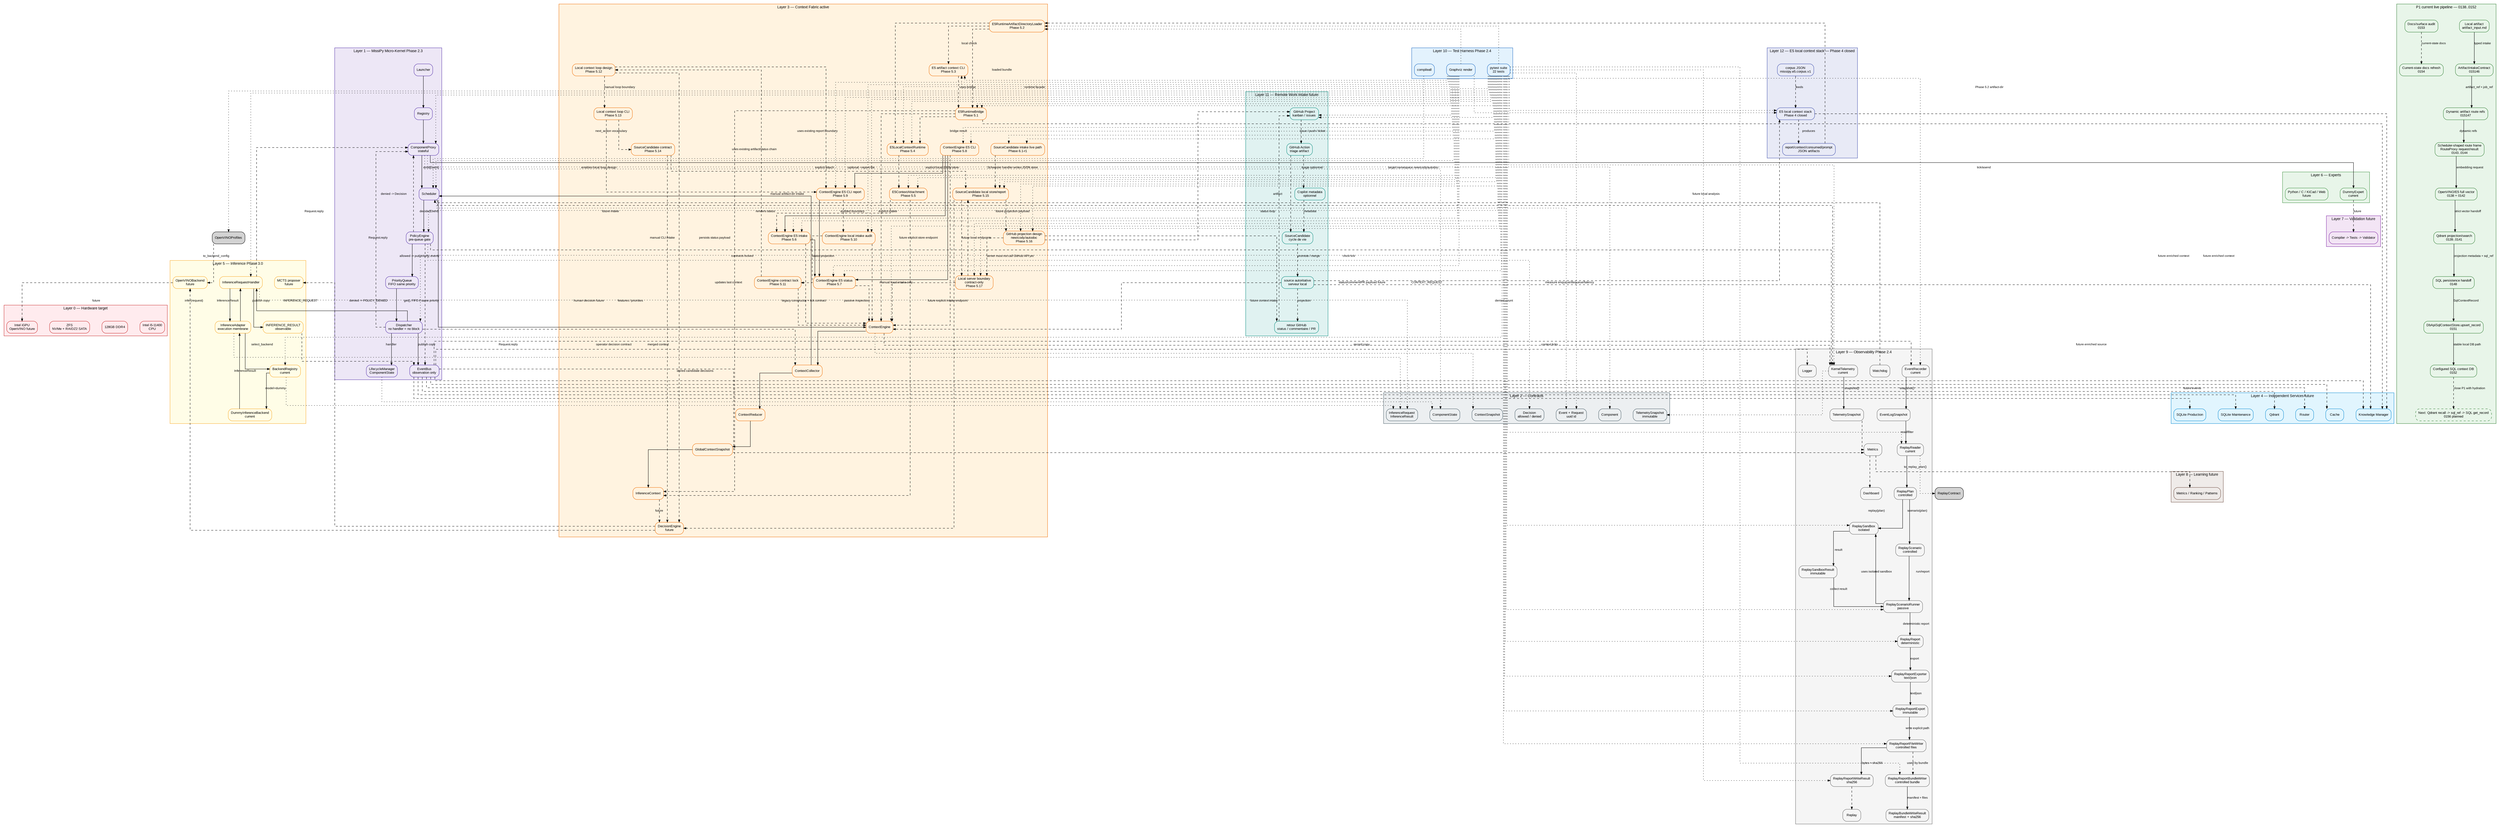
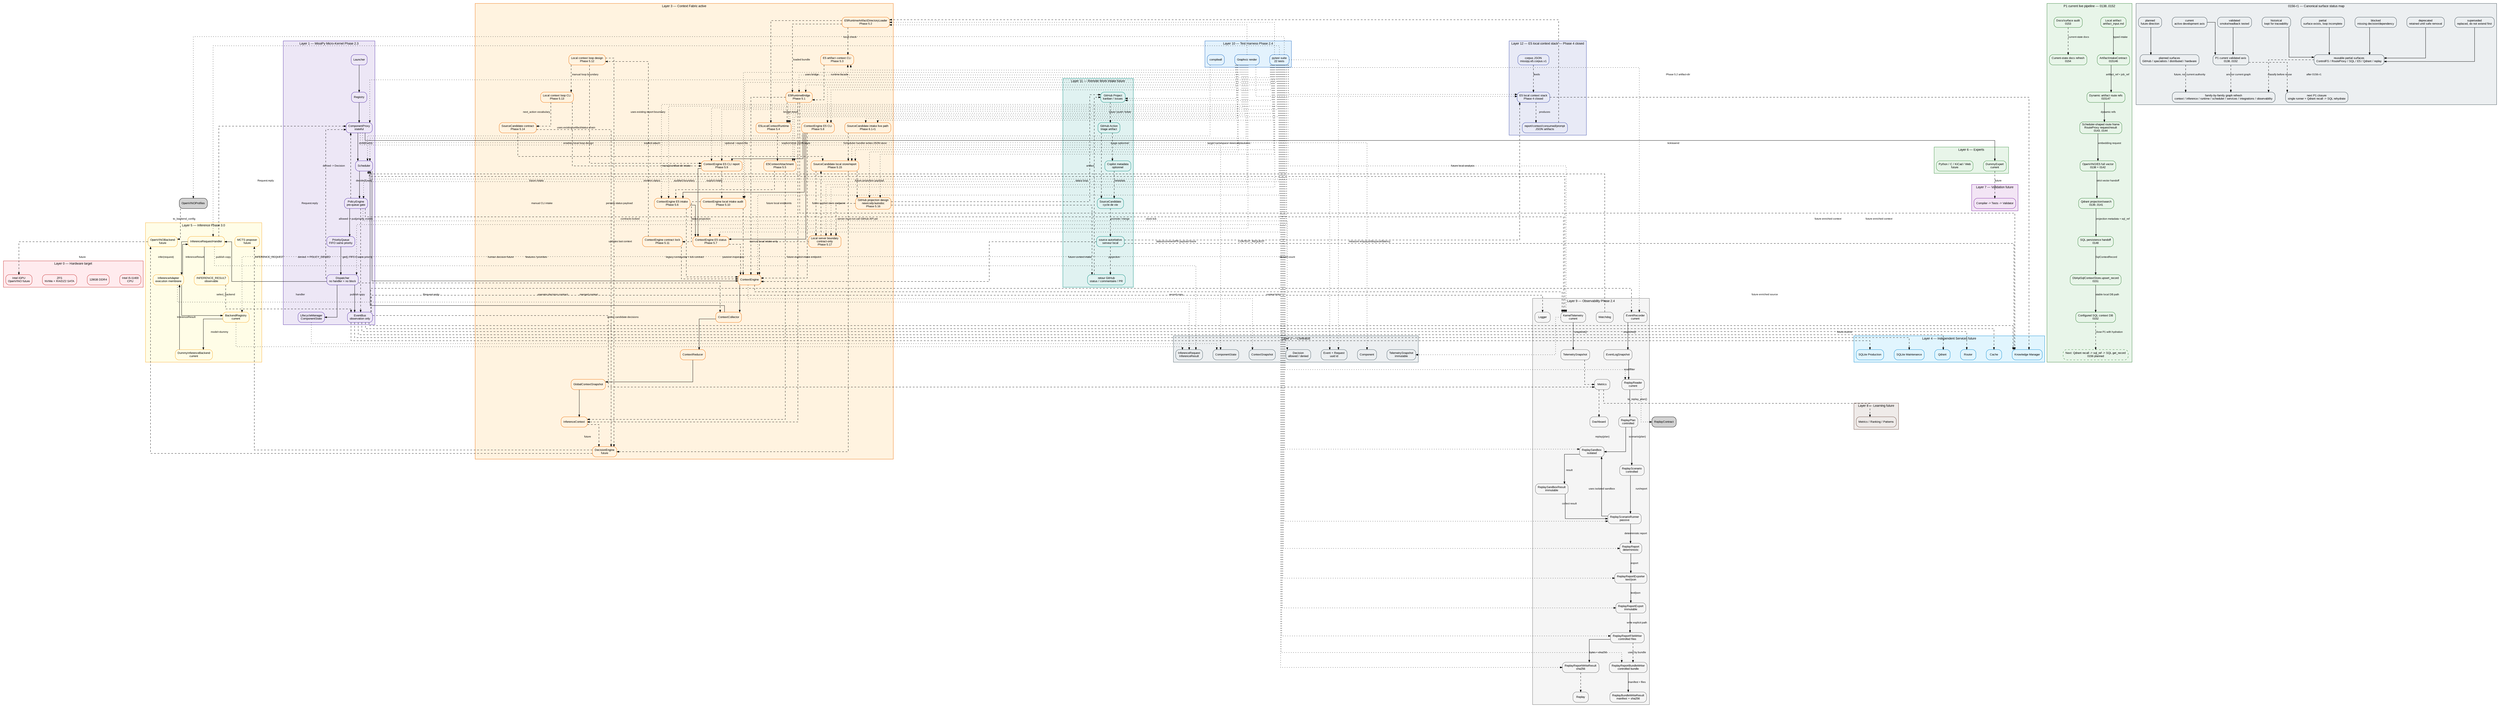
digraph Global {
    // ROADMAP_ID: global

    rankdir=TB;

    // ROADMAP_NOTE[phase2_5]:
    // BackendRegistry est ajouté au layer inference pour préparer
    // l’enregistrement explicite d’OpenVINO sans modifier le Scheduler.

    // ROADMAP_NOTE[phase3_0]:
    // OpenVINOModelProfileRegistry est ajouté pour décrire un ou plusieurs
    // modèles OpenVINO possibles avant de créer les backends exécutables.
    // ROADMAP_NOTE[phase0155]:
    // Canonical graph refresh: 00_global.dot is kept as the master graph.
    // P1 current live pipeline 0138..0152 is now visible from the global graph:
    // artifact intake -> dynamic route refs -> RouteProxy frames -> OpenVINO/E5
    // full vector -> Qdrant projection -> SQL handoff -> DbApiSqlContextStore
    // controlled write -> SQL readback. Changelogs become mandatory for each
    // significant architecture/runtime/doc/code-rule step.

    compound=true;
    splines=ortho;
    nodesep=0.5;
    ranksep=0.8;

    graph [fontname="Arial", fontsize=11];
    node [shape=box, style="rounded,filled", fontname="Arial", fontsize=10];
    edge [fontname="Arial", fontsize=9, arrowsize=0.7];

    // ROADMAP_NOTE[phase2_4]:
// ReplayReportBundleWriter ajoute un dossier de replay contrôlé :
// report.txt, report.json et manifest.json avec sha256. La roadmap DOT
// est aussi vérifiée par tests/docs/test_dot_links.py afin que les liens
// descente/remontée pointent vers des sources DOT existantes.
    // Le Layer 9 ajoute ReplayReportFileWriter après ReplayReportExport.
    // Cette étape persiste les exports texte/JSON vers chemins explicites.
    // Aucun répertoire n'est créé ni aucun fichier écrasé sans demande explicite.
    // Le writer reste passif et ne commande jamais le Scheduler vivant.


    // ROADMAP_NOTE[phase4_18_r2]:
    // GitHub Project Orchestrator est visible dans l'architecture globale.
    // Cette couche reste future et documentaire : pas d'API GitHub, pas de token,
    // pas de polling réseau et pas de dépendance Copilot dans le coeur.

    // ROADMAP_NOTE[phase4_19]:
    // La Phase 4 se clôt par un audit du moteur local E5 : corpus, recherche,
    // diagnostics, gates, rapports, contexte, consommation et prompt packet.
    // Le stack E5 reste hors Scheduler, hors Qdrant et hors backend de réponse.

    // ROADMAP_NOTE[phase4_20]:
    // Phase 4 clôturée : le moteur local E5 produit des artefacts déterministes
    // de recherche, contexte consommé et prompt packet. La Phase 5 peut brancher
    // ce socle au serveur local ou au Context Engine sans changer ces frontières.

    // ROADMAP_NOTE[phase5_2]:
    // E5RuntimeArtifactDirectoryLoader ajoute la bordure IO locale pour lire un
    // artifact-dir Phase 4 et réutiliser le pont pur E5RuntimeBridge. Aucun daemon,
    // réseau, Scheduler vivant, Qdrant ou LLM n'est introduit.


    // ROADMAP_NOTE[phase5_4]:
    // E5LocalContextRuntime ajoute une façade runtime locale stable au-dessus
    // du loader 5.2 et du bridge 5.1. Elle retourne un statut typé et un
    // InferenceContext sans CLI, daemon, réseau, Scheduler vivant, Qdrant ou LLM.

    // ROADMAP_NOTE[phase5_5]:
    // E5ContextAttachment fusionne explicitement un résultat runtime E5 local
    // avec un InferenceContext existant. Cette étape prépare l'intake futur du
    // ContextEngine sans lancer Scheduler, daemon, réseau, Qdrant ou LLM.

    // ROADMAP_NOTE[phase5_6]:
    // ContextEngine reçoit une entrée E5 explicite : artifact-dir ou runtime result
    // -> attachement -> last_inference_context. Aucun autoload, aucun Scheduler
    // vivant, aucun daemon, réseau, Qdrant ou LLM n'est introduit.

    // ROADMAP_NOTE[phase5_7]:
    // E5ContextEngineStatus ajoute une projection passive et sérialisable
    // de l'état E5 attaché au ContextEngine. Elle ne lit aucun fichier,
    // ne mute aucun contexte et ne déclenche aucun Scheduler/backend.

    // ROADMAP_NOTE[phase5_8]:
    // E5ContextEngineCLI ajoute une bordure manuelle : artifact-dir ->
    // ContextEngine.attach_e5_artifact_dir() -> E5ContextEngineStatus. Elle
    // ne lance aucun Scheduler vivant, daemon, réseau, Qdrant ou LLM.


    // ROADMAP_NOTE[phase5_10]:
    // Phase 5.10 audite le bloc d'intake manuel local : artifact-dir Phase 4,
    // ContextEngine E5 CLI, report JSON et projection status. Elle ne modifie
    // pas le runtime et prépare seulement la bascule future vers serveur/local loop.

    // ROADMAP_NOTE[phase5_9]:
    // E5ContextEngineCLIReport ajoute --report-file à la bordure CLI 5.8.
    // La commande existante peut persister son payload intake + status en JSON
    // atomique sans nouvelle surface CLI, Scheduler vivant, réseau, Qdrant ou LLM.







    // ROADMAP_NOTE[phase5_17]:
    // LocalServerBoundary formalise une surface serveur local future pour
    // SourceCandidate, reports et ContextEngine intake. Cette étape reste
    // contract-only : pas de serveur, socket, framework, réseau, GitHub API,
    // token, Scheduler autoload, Qdrant, LLM ou appel OpenVINO.




    // ROADMAP_NOTE[phase6_1_r1]:
    // la CLI produit une commande typée qui traverse Scheduler -> Dispatcher
    // -> SourceCandidateIntakeHandler -> store JSON réel -> événement observable.
    // ROADMAP_NOTE[phase6_1]:
    // SourceCandidateIntakeCLI démarre Phase 6 : une entrée opérateur locale
    // crée ou remplace une SourceCandidate dans le store JSON atomique. Aucun
    // serveur, daemon, réseau, API GitHub, token, Qdrant, LLM ou OpenVINO.

    // ROADMAP_NOTE[phase5_18]:
    // Phase 5 se clôt sur l'intégration locale contrôlée : artifact-dir E5,
    // runtime bridge/facade, ContextEngine intake explicite, status/report,
    // SourceCandidate local, projection GitHub documentaire et frontière
    // adapter serveur futur non choisie. Aucun daemon, réseau, GitHub API,
    // token, Qdrant, LLM ou appel OpenVINO caché n'est introduit.

    // ROADMAP_NOTE[phase5_17_r1]:
    // LocalServerBoundaryClarification précise que la frontière serveur est
    // un contrat d'adapter futur non choisi : adapter_kind=undecided et
    // framework_choice=undecided. FastAPI/Flask ne sont pas recommandés ici.

    // ROADMAP_NOTE[phase5_16]:
    // GitHubProjectionDesign formalise la projection future entre le store
    // local SourceCandidate et newicody/autodoc. Cette étape reste documentaire :
    // aucun token, réseau, polling, GitHub API, serveur, Qdrant ou LLM.

    // ROADMAP_NOTE[phase5_15]:
    // SourceCandidateStorageReport ajoute un store JSON local explicite pour
    // SourceCandidate : load, upsert atomique, snapshot et rapport optionnel.
    // La valeur newicody/autodoc reste une projection future sans API GitHub,
    // réseau, token, daemon, Qdrant, LLM ou base de données.

    // ROADMAP_NOTE[phase5_14]:
    // SourceCandidateContract ajoute le contrat local d'une entrée candidate :
    // origin/input/policy/status/decision/transition immuable. La valeur
    // newicody/autodoc prépare la projection GitHub future sans API, réseau ou token.

    // ROADMAP_NOTE[phase5_13]:
    // LocalContextLoopCLI ajoute une orchestration manuelle mince : artifact-dir
    // Phase 4 -> ContextEngine intake -> status -> report + next_action opérateur.
    // Elle ne relance pas E5/OpenVINO, ne mute aucune décision et n'ajoute aucun
    // daemon, serveur, réseau, Qdrant, LLM ou stockage persistant.

    // ROADMAP_NOTE[phase5_12]:
    // LocalContextLoopDesign formalise la boucle locale manuelle : artifact-dir
    // Phase 4 -> runtime local -> intake explicite ContextEngine -> status/report
    // -> décision humaine. Aucun serveur, daemon, réseau, stockage persistant,
    // Qdrant, LLM ou appel OpenVINO caché n'est introduit.

    // ROADMAP_NOTE[phase5_3]:
    // E5 artifact context CLI ajoute une bordure de vérification locale pour
    // afficher l'InferenceContext construit depuis un artifact-dir, sans daemon,
    // réseau, Scheduler vivant, Qdrant ou LLM.

    subgraph cluster_L0 {
        label="Layer 0 — Hardware target";
        color="#c62828";
        bgcolor="#ffebee";
        node [fillcolor="#ffebee", color="#c62828"];
        CPU [label="Intel i5-11400\nCPU"];
        RAM [label="128GB DDR4"];
        Storage [label="ZFS\nNVMe + RAIDZ2 SATA"];
        GPU [label="Intel iGPU\nOpenVINO future"];
    }

    subgraph cluster_L1 {
        label="Layer 1 — MissiPy Micro-Kernel Phase 2.3";
        color="#512da8";
        bgcolor="#ede7f6";
        node [fillcolor="#ede7f6", color="#512da8"];
        Launcher [URL="scheduler/10_scheduler.svg", tooltip="Zoom Scheduler"];
        Registry [URL="scheduler/10_scheduler.svg", tooltip="Registry"];
        Proxy [label="ComponentProxy\nstateful", URL="scheduler/component_proxy/14_component_proxy.svg", tooltip="Runtime proxy"];
        Scheduler [URL="scheduler/10_scheduler.svg", tooltip="Zoom Scheduler"];
        Policy [label="PolicyEngine\npre-queue gate", URL="scheduler/10_scheduler.svg"];
        Queue [label="PriorityQueue\nFIFO same priority", URL="scheduler/priority_queue/13_priority_queue.svg"];
        Dispatcher [label="Dispatcher\nno handler = no block", URL="scheduler/dispatcher/11_dispatcher.svg"];
        EventBus [label="EventBus\nobservation only", URL="scheduler/event_bus/12_event_bus.svg"];
        Lifecycle [label="LifecycleManager\nComponentState", URL="scheduler/10_scheduler.svg"];
    }

    subgraph cluster_L2 {
        label="Layer 2 — Contracts";
        color="#455a64";
        bgcolor="#eceff1";
        node [fillcolor="#eceff1", color="#455a64"];
        EventContract [label="Event + Request\nuuid id"];
        LifecycleContract [label="ComponentState"];
        ComponentContract [label="Component"];
        ContextContract [label="ContextSnapshot"];
        InferenceContract [label="InferenceRequest\nInferenceResult"];
        PolicyContract [label="Decision\nallowed / denied"];
        TelemetryContract [label="TelemetrySnapshot\nimmutable"];
    }

    subgraph cluster_L3 {
        label="Layer 3 — Context Fabric active";
        color="#ef6c00";
        bgcolor="#fff3e0";
        node [fillcolor="#fff3e0", color="#ef6c00"];
        ContextEngine [label="ContextEngine", URL="context/20_context.svg"];
        Collector [label="ContextCollector", URL="context/20_context.svg"];
        Reducer [label="ContextReducer", URL="context/20_context.svg"];
        Snapshot [label="GlobalContextSnapshot", URL="context/20_context.svg"];
        InferenceCtx [label="InferenceContext", URL="context/20_context.svg"];
        E5RuntimeBridge [label="E5RuntimeBridge\nPhase 5.1", URL="context/25_e5_runtime_bridge.svg"];
        E5ArtifactLoader [label="E5RuntimeArtifactDirectoryLoader\nPhase 5.2", URL="context/26_e5_artifact_directory_loader.svg"];
        E5ArtifactContextCLI [label="E5 artifact context CLI\nPhase 5.3", URL="context/27_e5_artifact_context_cli.svg"];
        E5LocalRuntime [label="E5LocalContextRuntime\nPhase 5.4", URL="context/28_e5_local_context_runtime.svg"];
        E5ContextAttachment [label="E5ContextAttachment\nPhase 5.5", URL="context/29_e5_context_attachment.svg"];
        E5ContextEngineIntake [label="ContextEngine E5 intake\nPhase 5.6", URL="context/30_e5_context_engine_intake.svg"];
        E5ContextEngineStatus [label="ContextEngine E5 status\nPhase 5.7", URL="context/31_e5_context_engine_status.svg"];
        E5ContextEngineCLI [label="ContextEngine E5 CLI\nPhase 5.8", URL="context/32_e5_context_engine_cli.svg"];
        E5ContextEngineCLIReport [label="ContextEngine E5 CLI report\nPhase 5.9", URL="context/33_e5_context_engine_cli_report.svg"];
        E5ContextEngineIntakeAudit [label="ContextEngine local intake audit\nPhase 5.10", URL="context/34_e5_context_engine_intake_audit.svg"];
        ContextEngineContractLock [label="ContextEngine contract lock\nPhase 5.11", URL="context/35_context_engine_contract_lock.svg"];
        LocalContextLoopDesign [label="Local context loop design\nPhase 5.12", URL="context/36_local_context_loop_design.svg"];
        LocalContextLoopCLI [label="Local context loop CLI\nPhase 5.13", URL="context/37_local_context_loop_cli.svg"];
        SourceCandidateContract [label="SourceCandidate contract\nPhase 5.14", URL="context/38_source_candidate_contract.svg"];
        SourceCandidateStore [label="SourceCandidate local store/report\nPhase 5.15", URL="context/39_source_candidate_storage_report.svg"];
        GitHubProjectionDesign [label="GitHub projection design\nnewicody/autodoc\nPhase 5.16", URL="context/40_github_projection_design.svg"];
        LocalServerBoundary [label="Local server boundary\ncontract-only\nPhase 5.17", URL="context/41_local_server_boundary.svg"];
        Decision [label="DecisionEngine\nfuture", URL="context/20_context.svg"];
        SourceCandidateIntakeLivePath [label="SourceCandidate intake live path\nPhase 6.1-r1", URL="context/44_source_candidate_intake_live_path.svg"];
    }

    E5ContextEngineIntake -> E5ContextEngineStatus [label="status projection"];
    E5ContextEngineCLI -> E5ContextEngineIntake [label="manual artifact-dir intake"];
    E5ContextEngineCLI -> E5ContextEngineStatus [label="renders status"];
    E5ContextEngineCLI -> E5ContextEngineCLIReport [label="optional --report-file"];
    E5ContextEngineCLIReport -> E5ContextEngineStatus [label="persists status payload"];
    E5ContextEngineCLIReport -> E5ContextEngineIntakeAudit [style=dashed, label="audited boundary"];
    E5ContextEngineIntakeAudit -> ContextEngineContractLock [style=dashed, label="contracts locked"];
    ContextEngineContractLock -> ContextEngine [style=dashed, label="legacy constructor + tick contract"];
    E5ContextEngineIntakeAudit -> ContextEngine [style=dashed, label="manual local intake only"];
    ContextEngineContractLock -> LocalContextLoopDesign [style=dashed, label="enables local loop design"];
    LocalContextLoopDesign -> E5ContextEngineCLIReport [style=dashed, label="uses existing report boundary"];
    LocalContextLoopDesign -> LocalContextLoopCLI [style=dashed, label="manual loop boundary"];
    LocalContextLoopCLI -> E5ContextEngineCLIReport [style=dashed, label="uses existing artifact/status chain"];
    LocalContextLoopCLI -> SourceCandidateContract [style=dashed, label="next_action vocabulary"];
    SourceCandidateContract -> SourceCandidateStore [style=dashed, label="explicit local JSON store"];
    SourceCandidateStore -> Decision [style=dashed, label="stored candidate decisions"];
    SourceCandidateIntakeLivePath -> SourceCandidateStore [style=dashed, label="Scheduler handler writes JSON store"];
    SourceCandidateStore -> GitHubProjectionDesign [style=dashed, label="future projection payload"];
    SourceCandidateContract -> Decision [style=dashed, label="operator decision contract"];
    LocalContextLoopDesign -> Decision [style=dashed, label="human decision future"];


    subgraph cluster_P1_CURRENT_0155 {
        label="P1 current live pipeline — 0138..0152";
        color="#2e7d32";
        bgcolor="#e8f5e9";
        node [fillcolor="#e8f5e9", color="#2e7d32"];

        P1Artifact [label="Local artifact\nartifact_input.md", URL="runtime/145_local_artifact_vector_indexing_runner.svg"];
        P1Intake [label="ArtifactIntakeContract\n015146", URL="runtime/146_artifact_intake_contract.svg"];
        P1RouteRefs [label="Dynamic artifact route refs\n015147", URL="runtime/147_dynamic_artifact_route_refs.svg"];
        P1SchedulerRoute [label="Scheduler-shaped route frame\nRouteProxy request/result\n0143..0144", URL="runtime/143_scheduler_vector_indexing_smoke.svg"];
        P1OpenVINO [label="OpenVINO/E5 full vector\n0138 + 0142", URL="runtime/142_machine_vector_handoff.svg"];
        P1Qdrant [label="Qdrant projection/search\n0139..0141", URL="runtime/140_qdrant_projection_operator_rest_smoke.svg"];
        P1SqlHandoff [label="SQL persistence handoff\n0148", URL="runtime/148_sql_persistence_handoff.svg"];
        P1SqlStore [label="DbApiSqlContextStore.upsert_record\n0151", URL="runtime/151_sql_context_store_controlled_write.svg"];
        P1ConfiguredDb [label="Configured SQL context DB\n0152", URL="runtime/152_sql_context_store_configured_db_path.svg"];
        P1DocsAudit [label="Docs/surface audit\n0153", URL="runtime/153_architecture_docs_surface_audit.svg"];
        P1DocsRefresh [label="Current-state docs refresh\n0154", URL="runtime/154_current_p1_pipeline.svg"];
        P1RehydrationNext [label="Next: Qdrant recall -> sql_ref -> SQL get_record\n0156 planned", style="rounded,dashed,filled"];
    }

    P1Artifact -> P1Intake [label="typed intake"];
    P1Intake -> P1RouteRefs [label="artifact_ref + job_ref"];
    P1RouteRefs -> P1SchedulerRoute [label="dynamic refs"];
    P1SchedulerRoute -> P1OpenVINO [label="embedding request"];
    P1OpenVINO -> P1Qdrant [label="strict vector handoff"];
    P1Qdrant -> P1SqlHandoff [label="projection metadata + sql_ref"];
    P1SqlHandoff -> P1SqlStore [label="SqlContextRecord"];
    P1SqlStore -> P1ConfiguredDb [label="stable local DB path"];
    P1ConfiguredDb -> P1RehydrationNext [style=dashed, label="close P1 with hydration"];
    P1DocsAudit -> P1DocsRefresh [style=dashed, label="current-state docs"];


    subgraph cluster_L4 {
        label="Layer 4 — Independent Services future";
        color="#0288d1";
        bgcolor="#e1f5fe";
        node [fillcolor="#e1f5fe", color="#0288d1"];
        Router [URL="services/30_services.svg"];
        SQLiteProd [label="SQLite Production", URL="services/30_services.svg"];
        SQLiteMaint [label="SQLite Maintenance", URL="services/30_services.svg"];
        Qdrant [URL="services/30_services.svg"];
        Cache [URL="services/30_services.svg"];
        Knowledge [label="Knowledge Manager", URL="services/30_services.svg"];
    }

    subgraph cluster_L5 {
        label="Layer 5 — Inference Phase 3.0";
        color="#f9a825";
        bgcolor="#fffde7";
        node [fillcolor="#fffde7", color="#f9a825"];
        InferenceHandler [label="InferenceRequestHandler", URL="inference/40_inference.svg"];
        InferenceAdapter [label="InferenceAdapter\nexecution membrane", URL="inference/40_inference.svg"];
        BackendRegistry [label="BackendRegistry\ncurrent", URL="inference/40_inference.svg"];
        DummyBackend [label="DummyInferenceBackend\ncurrent", URL="inference/40_inference.svg"];
        InferenceResult [label="INFERENCE_RESULT\nobservable", URL="inference/40_inference.svg"];
        OpenVINO [label="OpenVINOBackend\nfuture", URL="inference/40_inference.svg"];
        MCTS [label="MCTS proposer\nfuture"];
    }

    subgraph cluster_L6 {
        label="Layer 6 — Experts";
        color="#388e3c";
        bgcolor="#e8f5e9";
        node [fillcolor="#e8f5e9", color="#388e3c"];
        Dummy [label="DummyExpert\ncurrent", URL="experts/40_experts.svg"];
        ExpertsFuture [label="Python / C / KiCad / Web\nfuture", URL="experts/40_experts.svg"];
    }

    subgraph cluster_L7 {
        label="Layer 7 — Validation future";
        color="#7b1fa2";
        bgcolor="#f3e5f5";
        node [fillcolor="#f3e5f5", color="#7b1fa2"];
        Validation [label="Compiler -> Tests -> Validator", URL="validation/50_validation.svg"];
    }

    subgraph cluster_L8 {
        label="Layer 8 — Learning future";
        color="#6d4c41";
        bgcolor="#efebe9";
        node [fillcolor="#efebe9", color="#6d4c41"];
        Learning [label="Metrics / Ranking / Patterns", URL="learning/60_learning.svg"];
    }

    subgraph cluster_L9 {
        label="Layer 9 — Observability Phase 2.4";
        color="#666666";
        bgcolor="#f5f5f5";
        node [fillcolor="#f5f5f5", color="#666666"];
        Logger [URL="observability/70_observability.svg"];
        KernelTelemetry [label="KernelTelemetry
current", URL="observability/70_observability.svg"];
        TelemetrySnapshot [label="TelemetrySnapshot", URL="observability/70_observability.svg"];
        EventRecorder [label="EventRecorder
current", URL="observability/70_observability.svg"];
        EventLogSnapshot [label="EventLogSnapshot", URL="observability/70_observability.svg"];
        ReplayReader [label="ReplayReader
current", URL="observability/70_observability.svg"];
        ReplayPlan [label="ReplayPlan
controlled", URL="observability/70_observability.svg"];
        ReplaySandbox [label="ReplaySandbox
isolated", URL="observability/70_observability.svg"];
        ReplaySandboxResult [label="ReplaySandboxResult
immutable", URL="observability/70_observability.svg"];
        ReplayScenario [label="ReplayScenario
controlled", URL="observability/70_observability.svg"];
        ReplayScenarioRunner [label="ReplayScenarioRunner
passive", URL="observability/70_observability.svg"];
        ReplayReport [label="ReplayReport
deterministic", URL="observability/70_observability.svg"];
        ReplayReportExporter [label="ReplayReportExporter
text/json", URL="observability/70_observability.svg"];
        ReplayReportExport [label="ReplayReportExport
immutable", URL="observability/70_observability.svg"];
        ReplayReportFileWriter [label="ReplayReportFileWriter
controlled files", URL="observability/70_observability.svg"];
        ReplayReportWriteResult [label="ReplayReportWriteResult
sha256", URL="observability/70_observability.svg"];
        ReplayReportBundleWriter [label="ReplayReportBundleWriter
controlled bundle", URL="observability/70_observability.svg"];
        ReplayBundleWriteResult [label="ReplayBundleWriteResult
manifest + sha256", URL="observability/70_observability.svg"];
        Metrics [URL="observability/70_observability.svg"];
        Replay [URL="observability/70_observability.svg"];
        Dashboard [URL="observability/70_observability.svg"];
        Watchdog [URL="observability/70_observability.svg"];
    }

    subgraph cluster_L10 {
        label="Layer 10 — Test Harness Phase 2.4";
        color="#1565c0";
        bgcolor="#e3f2fd";
        node [fillcolor="#e3f2fd", color="#1565c0"];
        Pytest [label="pytest suite\n22 tests", URL="tests/80_tests.svg"];
        CompileAll [label="compileall"];
        DotRender [label="Graphviz render"];
    }



    subgraph cluster_L11 {
        label="Layer 11 — Remote Work Intake future";
        color="#00897b";
        bgcolor="#e0f2f1";
        node [fillcolor="#e0f2f1", color="#00897b"];
        GitHubProject [label="GitHub Project
kanban / issues", URL="integrations/90_github_project_orchestrator.svg"];
        GitHubAction [label="GitHub Action
triage artifact", URL="integrations/90_github_project_orchestrator.svg"];
        CopilotMetadata [label="Copilot metadata
optionnel", URL="integrations/90_github_project_orchestrator.svg"];
        SourceCandidate [label="SourceCandidate
cycle de vie", URL="integrations/91_source_candidate_lifecycle.svg"];
        LocalAuthority [label="source autoritative
serveur local", URL="integrations/91_source_candidate_lifecycle.svg"];
        GitHubFeedback [label="retour GitHub
status / commentaire / PR", URL="integrations/90_github_project_orchestrator.svg"];
    }

    subgraph cluster_L12 {
        label="Layer 12 — E5 local context stack — Phase 4 closed";
        color="#3949ab";
        bgcolor="#e8eaf6";
        node [fillcolor="#e8eaf6", color="#3949ab"];
        E5LocalStack [label="E5 local context stack
Phase 4 closed", URL="inference/74_e5_phase4_closure.svg"];
        E5Corpus [label="corpus JSON
missipy.e5.corpus.v1", URL="inference/73_e5_phase4_final_audit.svg"];
        E5Reports [label="report/context/consumed/prompt
JSON artifacts", URL="inference/74_e5_phase4_closure.svg"];
    }

    Launcher -> Registry;
    Registry -> Proxy;
    Proxy -> Scheduler [label="emit(Event)"];
    Scheduler -> Policy [label="decide(Event)"];
    Policy -> Queue [label="allowed -> put(priority, event)"];
    Policy -> EventBus [label="denied -> POLICY_DENIED", style=dashed];
    Policy -> Proxy [label="denied -> Decision", style=dashed];
    Queue -> Dispatcher [label="get(), FIFO if same priority"];
    Dispatcher -> Lifecycle [label="handler"];
    Dispatcher -> EventBus [label="publish copy"];
    Dispatcher -> Proxy [label="Request.reply", style=dashed];

    Lifecycle -> LifecycleContract [style=dotted];
    Proxy -> LifecycleContract [style=dotted];

    Scheduler -> ContextEngine [label="clock tick"];
    ContextEngine -> Collector;
    Collector -> Scheduler [label="CONTEXT_REQUEST"];
    Dispatcher -> Collector [label="Request.reply", style=dashed];
    Collector -> Reducer;
    Reducer -> Snapshot;
    Snapshot -> InferenceCtx;
    InferenceCtx -> Decision [style=dashed, label="future"];

    Scheduler -> EventContract [style=dotted];
    Policy -> PolicyContract [style=dotted];
    KernelTelemetry -> TelemetryContract [style=dotted];
    Proxy -> ComponentContract [style=dotted];
    ContextEngine -> ContextContract [style=dotted];
    InferenceHandler -> InferenceContract [style=dotted];
    ReplayReader -> ReplayContract [style=dotted];
    InferenceAdapter -> InferenceContract [style=dotted];
    BackendRegistry -> InferenceContract [style=dotted];

    Proxy -> Dummy [label="tick/asend"];

    Dispatcher -> InferenceHandler [label="INFERENCE_REQUEST"];
    InferenceHandler -> InferenceAdapter [label="infer(request)"];
    InferenceAdapter -> BackendRegistry [label="select_backend"];
    BackendRegistry -> DummyBackend [label="model=dummy"];
    DummyBackend -> InferenceAdapter [label="InferenceResult"];
    InferenceAdapter -> InferenceHandler [label="InferenceResult"];
    InferenceHandler -> InferenceResult [label="publish copy"];
    InferenceHandler -> Proxy [label="Request.reply", style=dashed];
    InferenceResult -> EventBus [style=dashed];
    OpenVINOProfiles -> OpenVINO [style=dashed, label="to_backend_config"];
    OpenVINO -> GPU [style=dashed, label="future"];
    E5Corpus -> E5LocalStack [style=dashed, label="feeds"];
    E5LocalStack -> E5Reports [style=dashed, label="produces"];
    E5Reports -> E5ArtifactLoader [style=dashed, label="Phase 5.2 artifact-dir"];
    E5ArtifactLoader -> E5RuntimeBridge [style=dashed, label="loaded bundle"];
    E5ArtifactLoader -> E5ArtifactContextCLI [style=dashed, label="local check"];
    E5ArtifactContextCLI -> E5RuntimeBridge [style=dashed, label="uses bridge"];
    E5ArtifactLoader -> E5LocalRuntime [style=dashed, label="runtime facade"];
    E5RuntimeBridge -> E5LocalRuntime [style=dashed, label="bridge result"];
    E5LocalRuntime -> E5ContextAttachment [style=dashed, label="explicit attach"];
    E5ContextAttachment -> InferenceCtx [style=dashed, label="merged context"];
    E5RuntimeBridge -> InferenceCtx [style=dashed, label="features / priorities"];
    E5ContextAttachment -> E5ContextEngineIntake [style=dashed, label="explicit intake"];
    E5ContextEngineIntake -> ContextEngine [style=dashed, label="updates last context"];
    E5ContextEngineStatus -> ContextEngine [style=dashed, label="passive inspection"];
    E5ContextEngineCLI -> ContextEngine [style=dashed, label="manual CLI intake"];
    E5RuntimeBridge -> ContextEngine [style=dashed, label="future intake"];
    E5RuntimeBridge -> Knowledge [style=dashed, label="future enriched context"];
    E5LocalStack -> Knowledge [style=dashed, label="future enriched context"];

    Scheduler -> KernelTelemetry [style=dashed, label="measure enqueue/dequeue/latency"];
    Policy -> KernelTelemetry [style=dashed, label="denied count"];
    ContextEngine -> KernelTelemetry [style=dashed, label="context ticks"];
    KernelTelemetry -> TelemetrySnapshot [label="snapshot()"];
    TelemetrySnapshot -> Metrics [style=dashed];

    EventBus -> Logger [style=dashed];
    EventBus -> Metrics [style=dashed];
    EventBus -> EventRecorder [style=dashed, label="record copy"];
    EventRecorder -> EventLogSnapshot [label="snapshot()"];
    EventLogSnapshot -> ReplayReader [label="read/filter"];
    ReplayReader -> ReplayPlan [label="to_replay_plan()"];
    ReplayPlan -> ReplaySandbox [label="replay(plan)"];
    ReplaySandbox -> ReplaySandboxResult [label="result"];
    ReplayPlan -> ReplayScenario [label="scenario(plan)"];
    ReplayScenario -> ReplayScenarioRunner [label="run/report"];
    ReplayScenarioRunner -> ReplaySandbox [label="uses isolated sandbox"];
    ReplaySandboxResult -> ReplayScenarioRunner [label="collect result"];
    ReplayScenarioRunner -> ReplayReport [label="deterministic report"];
    ReplayReport -> ReplayReportExporter [label="export"];
    ReplayReportExporter -> ReplayReportExport [label="text/json"];
    ReplayReportExport -> ReplayReportFileWriter [label="write explicit path"];
    ReplayReportFileWriter -> ReplayReportWriteResult [label="bytes + sha256"];
    ReplayReportFileWriter -> ReplayReportBundleWriter [style=dashed, label="used by bundle"];
    ReplayReportBundleWriter -> ReplayBundleWriteResult [label="manifest + files"];
    ReplayReportWriteResult -> Replay [style=dashed];
    Metrics -> Dashboard [style=dashed];
    Watchdog -> Scheduler [style=dashed];

    Pytest -> EventContract [style=dotted];
    Pytest -> Dispatcher [style=dotted];
    Pytest -> Proxy [style=dotted];
    Pytest -> ContextEngine [style=dotted];
    Pytest -> InferenceHandler [style=dotted];
    Pytest -> BackendRegistry [style=dotted];
    Pytest -> OpenVINOProfiles [style=dotted];
    Pytest -> Policy [style=dotted];
    Pytest -> KernelTelemetry [style=dotted];
    Pytest -> EventRecorder [style=dotted];
    Pytest -> ReplayReader [style=dotted];
    Pytest -> ReplaySandbox [style=dotted];
    Pytest -> ReplayScenarioRunner [style=dotted];
    Pytest -> ReplayReport [style=dotted];
    Pytest -> ReplayReportExporter [style=dotted];
    Pytest -> ReplayReportExport [style=dotted];
    Pytest -> ReplayReportFileWriter [style=dotted];
    Pytest -> ReplayReportBundleWriter [style=dotted];
    Pytest -> ReplayReportWriteResult [style=dotted];
    CompileAll -> Scheduler [style=dotted];
    DotRender -> Scheduler [style=dotted];

    EventBus -> Router [style=dashed, label="future events"];
    EventBus -> SQLiteProd [style=dashed];
    EventBus -> SQLiteMaint [style=dashed];
    EventBus -> Qdrant [style=dashed];
    EventBus -> Cache [style=dashed];
    EventBus -> Knowledge [style=dashed];
    Decision -> OpenVINO [style=dashed];
    Decision -> MCTS [style=dashed];
    Dummy -> Validation [style=dashed, label="future"];
    Metrics -> Learning [style=dashed];

    GitHubProject -> GitHubAction [style=dashed, label="issue / push / ticket"];
    GitHubAction -> CopilotMetadata [style=dashed, label="triage optionnel"];
    CopilotMetadata -> SourceCandidate [style=dashed, label="metadata"];
    GitHubAction -> SourceCandidate [style=dashed, label="artifact"];
    SourceCandidate -> LocalAuthority [style=dashed, label="promote / merge"];
    LocalAuthority -> E5LocalStack [style=dashed, label="future local analysis"];
    LocalAuthority -> ContextEngine [style=dashed, label="future context intake"];
    LocalAuthority -> Knowledge [style=dashed, label="future enriched source"];
    LocalAuthority -> GitHubFeedback [style=dashed, label="projection"];
    GitHubProjectionDesign -> GitHubProject [style=dashed, label="target namespace newicody/autodoc"];
    GitHubProjectionDesign -> GitHubFeedback [style=dashed, label="status/comment/PR payload future"];
    SourceCandidateStore -> LocalServerBoundary [style=dashed, label="future local endpoints"];
    GitHubProjectionDesign -> LocalServerBoundary [style=dashed, label="server must not call GitHub API yet"];
    LocalServerBoundary -> ContextEngine [style=dashed, label="future explicit intake endpoint"];
    LocalServerBoundary -> SourceCandidateStore [style=dashed, label="future explicit store endpoint"];
    GitHubFeedback -> GitHubProject [style=dashed, label="status loop"];
    Pytest -> GitHubProject [style=dotted];
    Pytest -> E5LocalStack [style=dotted];
    Pytest -> E5RuntimeBridge [style=dotted];
    Pytest -> E5ArtifactLoader [style=dotted];
    Pytest -> E5ArtifactContextCLI [style=dotted];
    Pytest -> E5LocalRuntime [style=dotted];
    Pytest -> E5ContextAttachment [style=dotted];
    Pytest -> E5ContextEngineIntake [style=dotted];
    Pytest -> E5ContextEngineStatus [style=dotted];
    Pytest -> E5ContextEngineCLI [style=dotted];
    Pytest -> E5ContextEngineCLIReport [style=dotted];
    Pytest -> E5ContextEngineIntakeAudit [style=dotted];
    Pytest -> SourceCandidateStore [style=dotted];
    Pytest -> SourceCandidateIntakeLivePath [style=dotted];
    Pytest -> GitHubProjectionDesign [style=dotted];
    Pytest -> LocalServerBoundary [style=dotted];
    DotRender -> GitHubProject [style=dotted];
    DotRender -> E5LocalStack [style=dotted];
    DotRender -> E5RuntimeBridge [style=dotted];
    DotRender -> E5ArtifactLoader [style=dotted];
    DotRender -> E5ArtifactContextCLI [style=dotted];
    DotRender -> E5LocalRuntime [style=dotted];
    DotRender -> E5ContextAttachment [style=dotted];
    DotRender -> E5ContextEngineIntake [style=dotted];
    DotRender -> E5ContextEngineStatus [style=dotted];
    DotRender -> E5ContextEngineCLI [style=dotted];
    DotRender -> E5ContextEngineCLIReport [style=dotted];
    DotRender -> E5ContextEngineIntakeAudit [style=dotted];
    DotRender -> SourceCandidateStore [style=dotted];
    DotRender -> SourceCandidateIntakeLivePath [style=dotted];
    DotRender -> GitHubProjectionDesign [style=dotted];
    DotRender -> LocalServerBoundary [style=dotted];
+ 
+    // ROADMAP_NOTE[phase0156_r1]:
+    // 0156-r1 updates the canonical global graph from the exact local
+    // 00_global.dot state. It adds a status inventory view without deleting
+    // historical graph branches and without creating runtime code.
+ 
+    subgraph cluster_0156_R1_GLOBAL_STATUS {
+        label="0156-r1 — Canonical surface status map";
+        color="#37474f";
+        bgcolor="#eceff1";
+        node [fillcolor="#eceff1", color="#37474f"];
+ 
+        StatusCurrent0156R1 [label="current\nactive development axis"];
+        StatusValidated0156R1 [label="validated\nsmoke/readback tested"];
+        StatusPartial0156R1 [label="partial\nsurface exists, loop incomplete"];
+        StatusPlanned0156R1 [label="planned\nfuture direction"];
+        StatusHistorical0156R1 [label="historical\nkept for traceability"];
+        StatusSuperseded0156R1 [label="superseded\nreplaced, do not extend first"];
+        StatusDeprecated0156R1 [label="deprecated\nretained until safe removal"];
+        StatusBlocked0156R1 [label="blocked\nmissing decision/dependency"];
+ 
+        P1CurrentAxis0156R1 [label="P1 current validated axis\n0138..0152"];
+        P1Next0156R1 [label="next P1 closure\nsingle runner + Qdrant recall -> SQL rehydrate"];
+        ReusableSurfaces0156R1 [label="reusable partial surfaces\nControlFS / RouteProxy / SQL / E5 / Qdrant / replay"];
+        PlannedSurfaces0156R1 [label="planned surfaces\nGitHub / specialists / distributed / hardware"];
+        FamilyRefresh0156R1 [label="family-by-family graph refresh\ncontext / inference / runtime / scheduler / services / integrations / observability"];
+ 
+        StatusCurrent0156R1 -> P1CurrentAxis0156R1;
+        StatusValidated0156R1 -> P1CurrentAxis0156R1;
+        StatusPartial0156R1 -> ReusableSurfaces0156R1;
+        StatusHistorical0156R1 -> ReusableSurfaces0156R1;
+        StatusSuperseded0156R1 -> ReusableSurfaces0156R1;
+        StatusDeprecated0156R1 -> ReusableSurfaces0156R1;
+        StatusBlocked0156R1 -> ReusableSurfaces0156R1;
+        StatusPlanned0156R1 -> PlannedSurfaces0156R1;
+ 
+        P1CurrentAxis0156R1 -> P1Next0156R1 [style=dashed, label="after 0156-r1"];
+        P1CurrentAxis0156R1 -> FamilyRefresh0156R1 [style=dashed, label="anchor current graph"];
+        ReusableSurfaces0156R1 -> FamilyRefresh0156R1 [style=dashed, label="classify before reuse"];
+        PlannedSurfaces0156R1 -> FamilyRefresh0156R1 [style=dashed, label="future, not current authority"];
+    }
+ 
}

